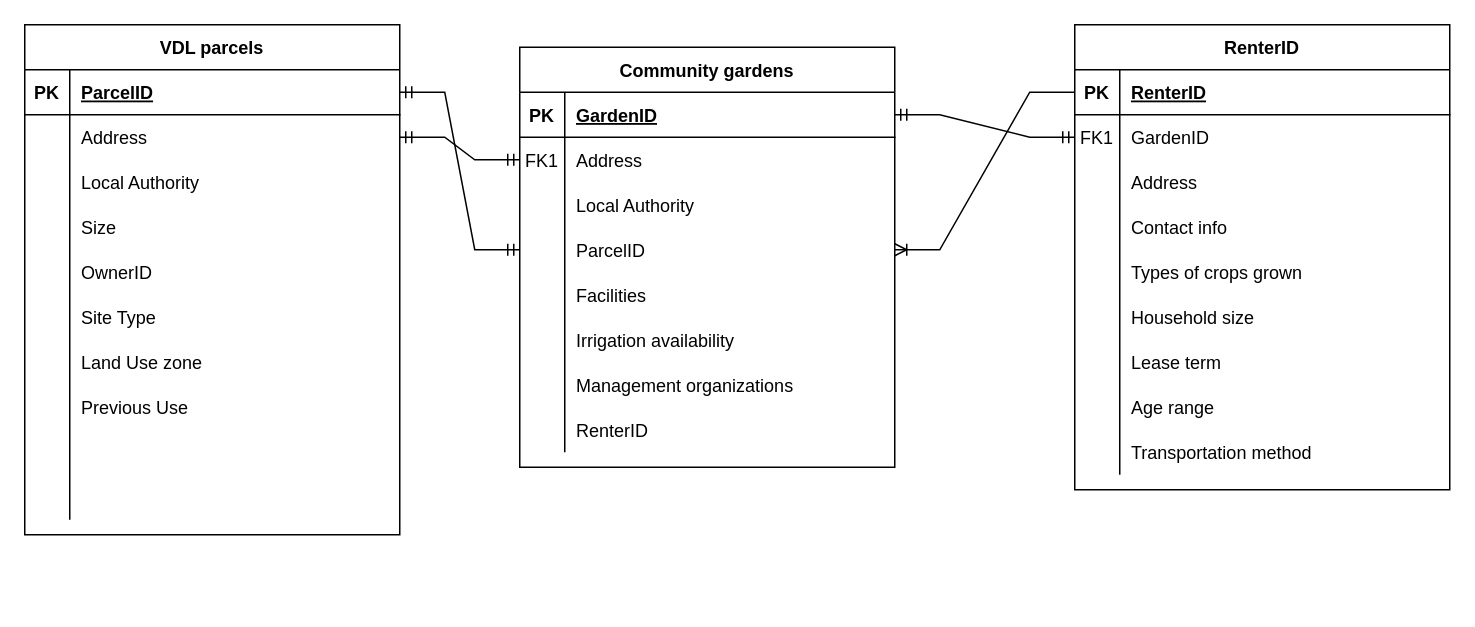
Earlier version of the draw.io diagram GDI_Final.drawio (aissaevitch/aissaevitch.github.io). Source tidied: cells renumbered, new cells numbered last; positions are measured from the earlier drawing's top-left corner, leaving out a move shared by most shapes. Both pictures are drawn from the tidied source at 150%, with x=0, y=0 at pixel (24, 24).
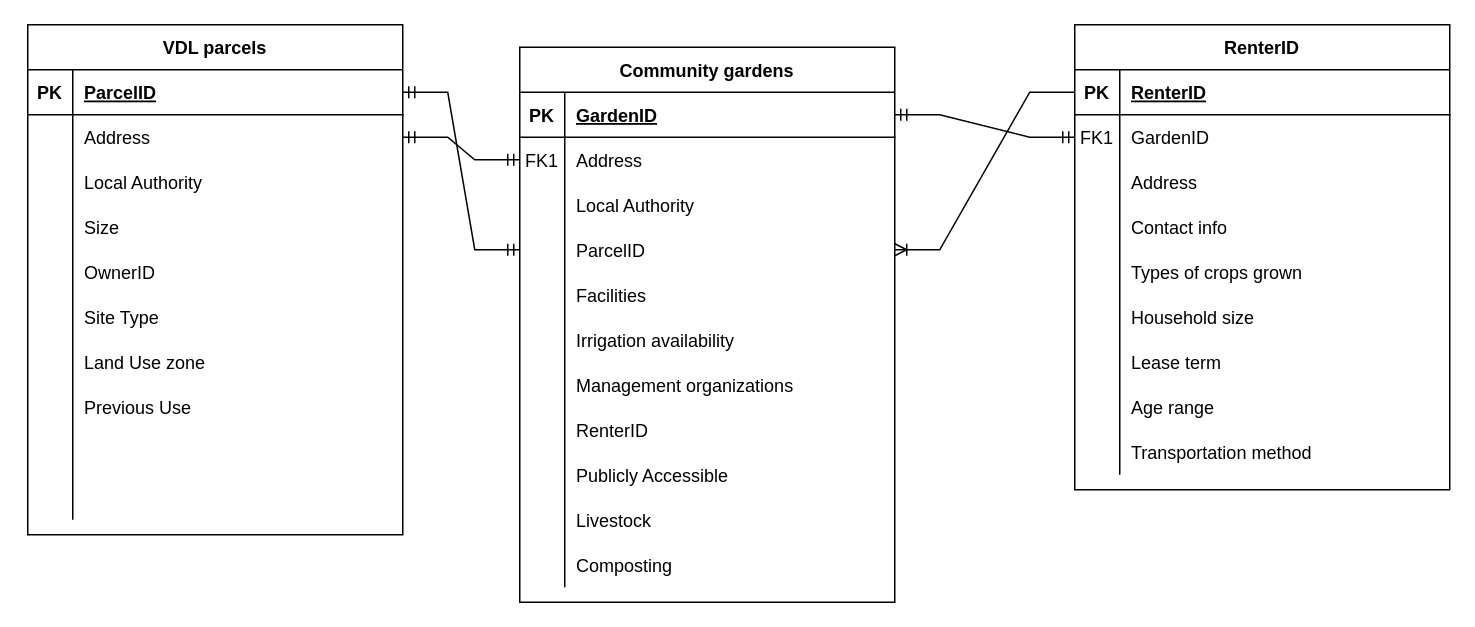
The same page after the edit.

The edit, as a diff of the source:
```diff
@@
     <mxCell id="2" value="Community gardens" style="shape=table;startSize=30;childLayout=tableLayout;rowLines=0;fontStyle=1;align=center;" parent="1" vertex="1">
-      <mxGeometry x="330" y="15" width="250" height="280" as="geometry" />
+      <mxGeometry x="330" y="15" width="250" height="370" as="geometry" />
     </mxCell>
@@
+    <mxCell id="90" style="shape=partialRectangle;fillColor=none;top=0;left=0;right=0;bottom=0;" parent="2" vertex="1">
+      <mxGeometry y="270" width="250" height="30" as="geometry" />
+    </mxCell>
+    <mxCell id="91" style="shape=partialRectangle;overflow=hidden;fillColor=none;top=0;left=0;bottom=0;right=0;" parent="90" vertex="1">
+      <mxGeometry width="30" height="30" as="geometry" />
+    </mxCell>
+    <mxCell id="92" value="Publicly Accessible " style="shape=partialRectangle;overflow=hidden;fillColor=none;top=0;left=0;bottom=0;right=0;align=left;spacingLeft=6;" parent="90" vertex="1">
+      <mxGeometry x="30" width="220" height="30" as="geometry" />
+    </mxCell>
+    <mxCell id="93" style="shape=partialRectangle;fillColor=none;top=0;left=0;right=0;bottom=0;" parent="2" vertex="1">
+      <mxGeometry y="300" width="250" height="30" as="geometry" />
+    </mxCell>
+    <mxCell id="94" style="shape=partialRectangle;overflow=hidden;fillColor=none;top=0;left=0;bottom=0;right=0;" parent="93" vertex="1">
+      <mxGeometry width="30" height="30" as="geometry" />
+    </mxCell>
+    <mxCell id="95" value="Livestock" style="shape=partialRectangle;overflow=hidden;fillColor=none;top=0;left=0;bottom=0;right=0;align=left;spacingLeft=6;" parent="93" vertex="1">
+      <mxGeometry x="30" width="220" height="30" as="geometry" />
+    </mxCell>
+    <mxCell id="96" style="shape=partialRectangle;fillColor=none;top=0;left=0;right=0;bottom=0;" parent="2" vertex="1">
+      <mxGeometry y="330" width="250" height="30" as="geometry" />
+    </mxCell>
+    <mxCell id="97" style="shape=partialRectangle;overflow=hidden;fillColor=none;top=0;left=0;bottom=0;right=0;" parent="96" vertex="1">
+      <mxGeometry width="30" height="30" as="geometry" />
+    </mxCell>
+    <mxCell id="98" value="Composting" style="shape=partialRectangle;overflow=hidden;fillColor=none;top=0;left=0;bottom=0;right=0;align=left;spacingLeft=6;" parent="96" vertex="1">
+      <mxGeometry x="30" width="220" height="30" as="geometry" />
+    </mxCell>
@@
     <mxCell id="55" value="VDL parcels" style="shape=table;startSize=30;childLayout=tableLayout;rowLines=0;fontStyle=1;align=center;" parent="1" vertex="1">
-      <mxGeometry width="250" height="340" as="geometry" />
+      <mxGeometry x="2" width="250" height="340" as="geometry" />
     </mxCell>
```
